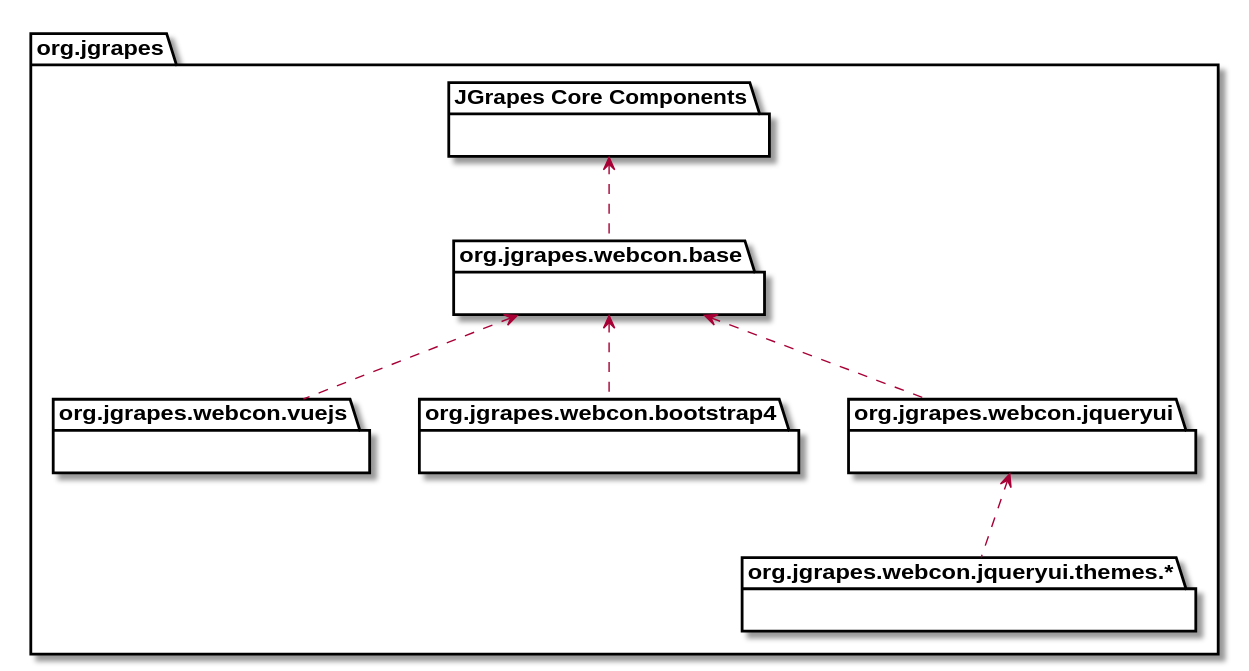
mnlipp/jgrapes keeps this PlantUML diagram as javadoc-webconsole/package-hierarchy.svg. Above is the earlier version. The source it was exported from:
```plantuml
@startuml
skinparam svgLinkTarget _parent

package org.jgrapes {
    package "JGrapes Core Components" {
    }

    package org.jgrapes.webcon.base [[org/jgrapes/webcon/base/package-summary.html#package.description]] {
    }

    package org.jgrapes.webcon.vuejs [[org/jgrapes/webcon/vuejs/package-summary.html#package.description]] {
    }

    package org.jgrapes.webcon.bootstrap4 [[org/jgrapes/webcon/bootstrap4/package-summary.html#package.description]] {
    }

    package org.jgrapes.webcon.jqueryui [[org/jgrapes/webcon/jqueryui/package-summary.html#package.description]] {
    }

    package "org.jgrapes.webcon.jqueryui.themes.*" {
    }
}

"JGrapes Core Components" <.. org.jgrapes.webcon.base
org.jgrapes.webcon.base <.. "org.jgrapes.webcon.jqueryui"
org.jgrapes.webcon.jqueryui <.. "org.jgrapes.webcon.jqueryui.themes.*"
org.jgrapes.webcon.base <.. "org.jgrapes.webcon.bootstrap4"
org.jgrapes.webcon.base <.. "org.jgrapes.webcon.vuejs"
@enduml
```
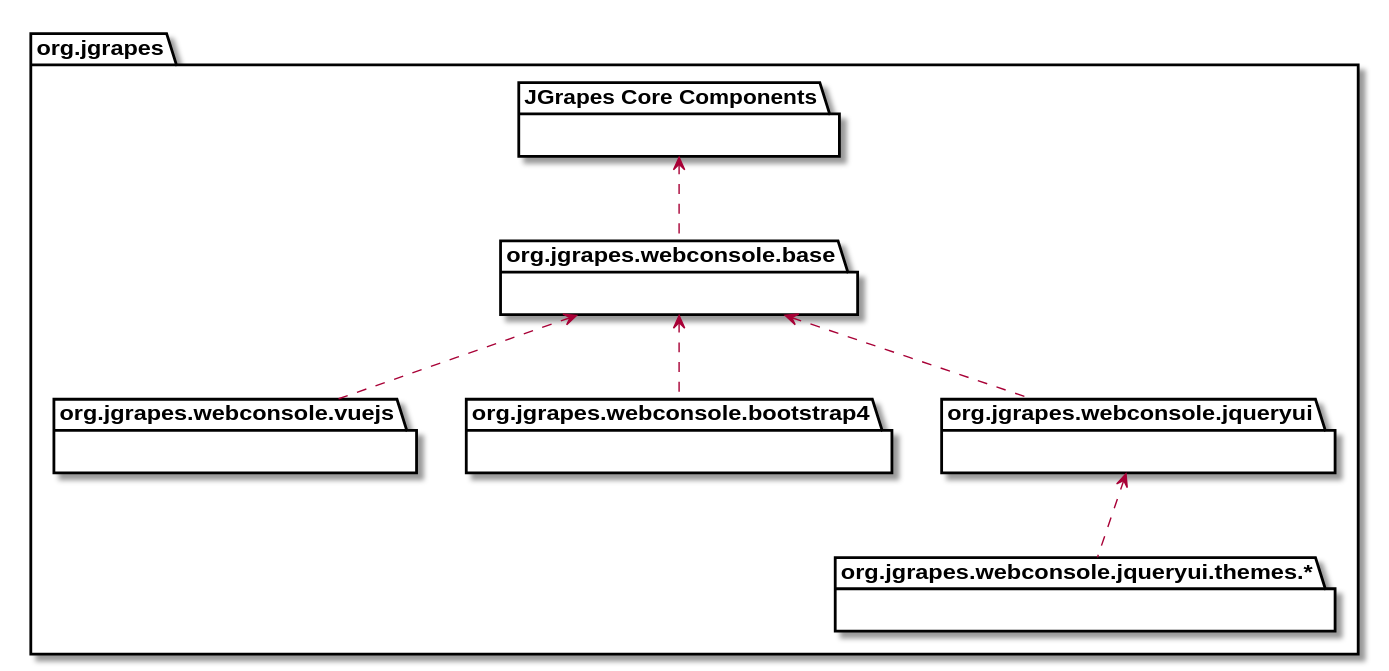
Later version of the same file.

Diff of the diagram source:
```diff
@@ -5,25 +5,25 @@
     package "JGrapes Core Components" {
     }
 
-    package org.jgrapes.webcon.base [[org/jgrapes/webcon/base/package-summary.html#package.description]] {
+    package org.jgrapes.webconsole.base [[org/jgrapes/webconsole/base/package-summary.html#package.description]] {
     }
 
-    package org.jgrapes.webcon.vuejs [[org/jgrapes/webcon/vuejs/package-summary.html#package.description]] {
+    package org.jgrapes.webconsole.vuejs [[org/jgrapes/webconsole/vuejs/package-summary.html#package.description]] {
     }
 
-    package org.jgrapes.webcon.bootstrap4 [[org/jgrapes/webcon/bootstrap4/package-summary.html#package.description]] {
+    package org.jgrapes.webconsole.bootstrap4 [[org/jgrapes/webconsole/bootstrap4/package-summary.html#package.description]] {
     }
 
-    package org.jgrapes.webcon.jqueryui [[org/jgrapes/webcon/jqueryui/package-summary.html#package.description]] {
+    package org.jgrapes.webconsole.jqueryui [[org/jgrapes/webconsole/jqueryui/package-summary.html#package.description]] {
     }
 
-    package "org.jgrapes.webcon.jqueryui.themes.*" {
+    package "org.jgrapes.webconsole.jqueryui.themes.*" {
     }
 }
 
-"JGrapes Core Components" <.. org.jgrapes.webcon.base
-org.jgrapes.webcon.base <.. "org.jgrapes.webcon.jqueryui"
-org.jgrapes.webcon.jqueryui <.. "org.jgrapes.webcon.jqueryui.themes.*"
-org.jgrapes.webcon.base <.. "org.jgrapes.webcon.bootstrap4"
-org.jgrapes.webcon.base <.. "org.jgrapes.webcon.vuejs"
+"JGrapes Core Components" <.. org.jgrapes.webconsole.base
+org.jgrapes.webconsole.base <.. "org.jgrapes.webconsole.jqueryui"
+org.jgrapes.webconsole.jqueryui <.. "org.jgrapes.webconsole.jqueryui.themes.*"
+org.jgrapes.webconsole.base <.. "org.jgrapes.webconsole.bootstrap4"
+org.jgrapes.webconsole.base <.. "org.jgrapes.webconsole.vuejs"
 @enduml
```
